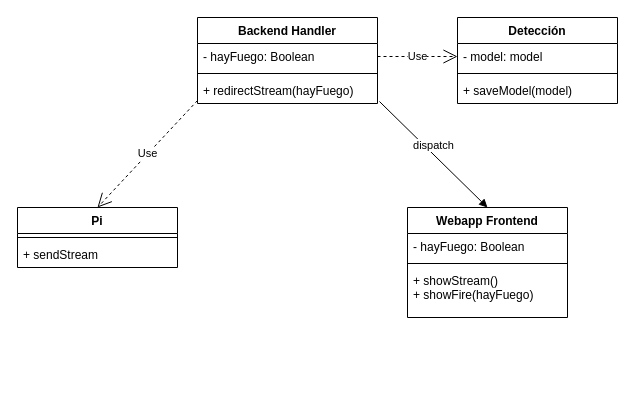
The draw.io diagram Untitled Diagram.drawio in Jorge6493/Firewatch, before the edit. Source tidied: cells renumbered, new cells numbered last; positions are measured from the earlier drawing's top-left corner, leaving out a move shared by most shapes. Both pictures are drawn from the tidied source at 100%, with x=0, y=0 at pixel (17, 17).
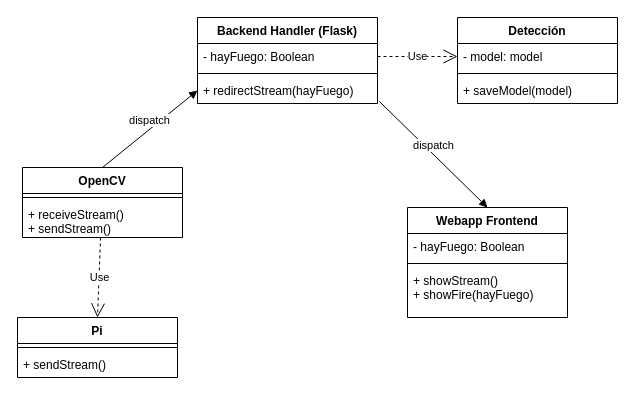
The same page after the edit.

Unchanged cells that the change refers to:
```xml
<mxCell id="12" value="+ redirectStream(hayFuego)" style="text;strokeColor=none;fillColor=none;align=left;verticalAlign=top;spacingLeft=4;spacingRight=4;overflow=hidden;points=[[0,0.5],[1,0.5]];portConstraint=eastwest;" parent="9" vertex="1">
  <mxGeometry y="60" width="180" height="26" as="geometry" />
</mxCell>
```

What changed in the source:
```diff
@@
     <mxCell id="2" value="Pi" style="swimlane;fontStyle=1;align=center;verticalAlign=top;horizontal=1;startSize=26;" parent="1" vertex="1">
-      <mxGeometry y="190" width="160" height="60" as="geometry" />
+      <mxGeometry y="300" width="160" height="60" as="geometry" />
     </mxCell>
@@
-    <mxCell id="4" value="+ sendStream" style="text;strokeColor=none;fillColor=none;align=left;verticalAlign=top;spacingLeft=4;spacingRight=4;overflow=hidden;" parent="2" vertex="1">
+    <mxCell id="4" value="+ sendStream()" style="text;strokeColor=none;fillColor=none;align=left;verticalAlign=top;spacingLeft=4;spacingRight=4;overflow=hidden;" parent="2" vertex="1">
       <mxGeometry y="34" width="160" height="26" as="geometry" />
     </mxCell>
@@
-    <mxCell id="9" value="Backend Handler" style="swimlane;fontStyle=1;align=center;verticalAlign=top;horizontal=1;startSize=26;" parent="1" vertex="1">
+    <mxCell id="9" value="Backend Handler (Flask)" style="swimlane;fontStyle=1;align=center;verticalAlign=top;horizontal=1;startSize=26;" parent="1" vertex="1">
       <mxGeometry x="180" width="180" height="86" as="geometry" />
     </mxCell>
@@
-    <mxCell id="17" value="Use" style="endArrow=open;endSize=12;dashed=1;html=1;entryX=0.5;entryY=0;entryDx=0;entryDy=0;exitX=0;exitY=0.885;exitDx=0;exitDy=0;exitPerimeter=0;" parent="1" edge="1" source="12" target="2">
+    <mxCell id="17" value="Use" style="endArrow=open;endSize=12;dashed=1;html=1;entryX=0.5;entryY=0;entryDx=0;entryDy=0;exitX=0.488;exitY=1;exitDx=0;exitDy=0;exitPerimeter=0;" parent="1" edge="1" source="22" target="2">
       <mxGeometry relative="1" as="geometry" />
     </mxCell>
@@
+    <mxCell id="20" value="OpenCV" style="swimlane;fontStyle=1;align=center;verticalAlign=top;horizontal=1;startSize=26;" parent="1" vertex="1">
+      <mxGeometry x="5" y="150" width="160" height="70" as="geometry" />
+    </mxCell>
+    <mxCell id="21" style="line;strokeWidth=1;fillColor=none;align=left;verticalAlign=middle;spacingTop=-1;spacingLeft=3;spacingRight=3;labelPosition=right;" parent="20" vertex="1">
+      <mxGeometry y="26" width="160" height="8" as="geometry" />
+    </mxCell>
+    <mxCell id="22" value="+ receiveStream()&#10;+ sendStream()&#10;" style="text;strokeColor=none;fillColor=none;align=left;verticalAlign=top;spacingLeft=4;spacingRight=4;overflow=hidden;points=[[0,0.5],[1,0.5]];portConstraint=eastwest;" parent="20" vertex="1">
+      <mxGeometry y="34" width="160" height="36" as="geometry" />
+    </mxCell>
+    <mxCell id="23" value="dispatch" style="html=1;verticalAlign=bottom;endArrow=block;entryX=0;entryY=0.5;entryDx=0;entryDy=0;exitX=0.5;exitY=0;exitDx=0;exitDy=0;" parent="1" edge="1" source="20" target="12">
+      <mxGeometry relative="1" as="geometry" />
+    </mxCell>
```
